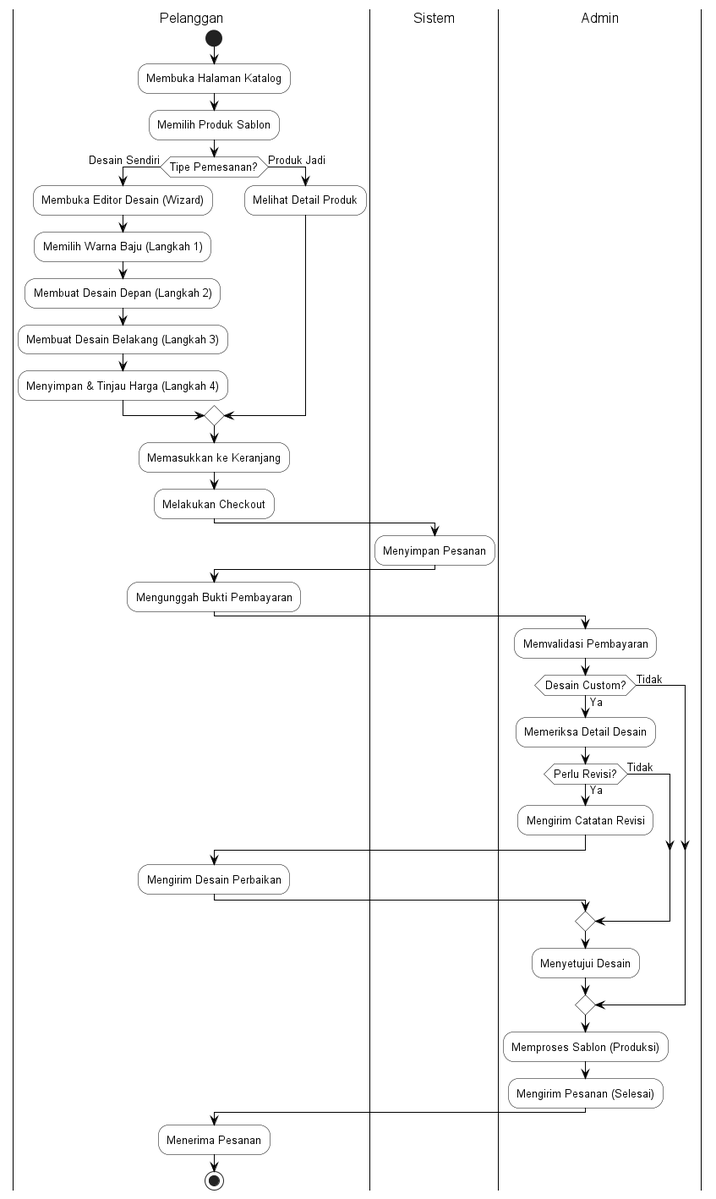
Reyonl/project_TA keeps this PlantUML diagram as docs/diagrams/activity_pemesanan.png. Above is the earlier version. Source of this version:
```plantuml
@startuml activity_pemesanan
skinparam backgroundColor white
skinparam monochrome true
skinparam shadowing false
skinparam DefaultFontName Arial
skinparam DefaultFontSize 13

skinparam activity {
  BackgroundColor white
  BorderColor black
  FontColor black
}
skinparam activityDiamond {
  BackgroundColor white
  BorderColor black
}
skinparam arrowColor black
skinparam swimlane {
  BorderColor black
  BorderThickness 1
  TitleFontColor black
  TitleFontSize 16
}

|Pelanggan|
start
:Membuka Halaman Katalog;
:Memilih Produk Sablon;

if (Tipe Pemesanan?) then (Desain Sendiri)
  :Membuka Editor Desain (Wizard);
  :Memilih Warna Baju (Langkah 1);
  :Membuat Desain Depan (Langkah 2);
  :Membuat Desain Belakang (Langkah 3);
  :Menyimpan & Tinjau Harga (Langkah 4);
else (Produk Jadi)
  :Melihat Detail Produk;
endif

:Memasukkan ke Keranjang;
:Melakukan Checkout;

|Sistem|
:Menyimpan Pesanan;

|Pelanggan|
:Mengunggah Bukti Pembayaran;

|Admin|
:Memvalidasi Pembayaran;
if (Desain Custom?) then (Ya)
  |Admin|
  :Memeriksa Detail Desain;
  if (Perlu Revisi?) then (Ya)
    :Mengirim Catatan Revisi;
    |Pelanggan|
    :Mengirim Desain Perbaikan;
    |Admin|
  else (Tidak)
  endif
  :Menyetujui Desain;
else (Tidak)
endif

|Admin|
:Memproses Sablon (Produksi);
:Mengirim Pesanan (Selesai);

|Pelanggan|
:Menerima Pesanan;
stop
@enduml
```
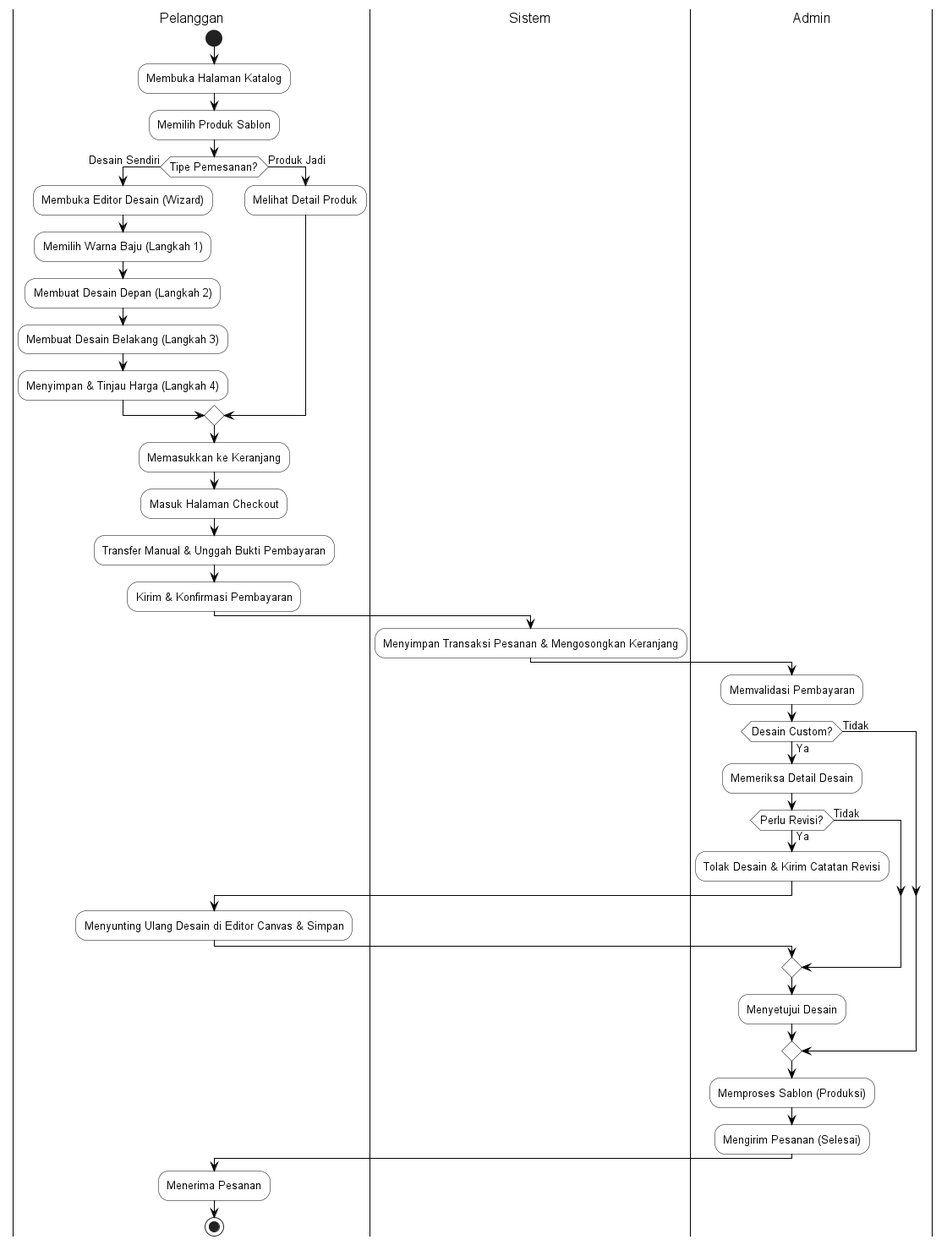
The same diagram one commit later.

What changed in the source:
```diff
@@ -38,13 +38,12 @@
 endif
 
 :Memasukkan ke Keranjang;
-:Melakukan Checkout;
+:Masuk Halaman Checkout;
+:Transfer Manual & Unggah Bukti Pembayaran;
+:Kirim & Konfirmasi Pembayaran;
 
 |Sistem|
-:Menyimpan Pesanan;
-
-|Pelanggan|
-:Mengunggah Bukti Pembayaran;
+:Menyimpan Transaksi Pesanan & Mengosongkan Keranjang;
 
 |Admin|
 :Memvalidasi Pembayaran;
@@ -52,9 +51,9 @@
   |Admin|
   :Memeriksa Detail Desain;
   if (Perlu Revisi?) then (Ya)
-    :Mengirim Catatan Revisi;
+    :Tolak Desain & Kirim Catatan Revisi;
     |Pelanggan|
-    :Mengirim Desain Perbaikan;
+    :Menyunting Ulang Desain di Editor Canvas & Simpan;
     |Admin|
   else (Tidak)
   endif
```
